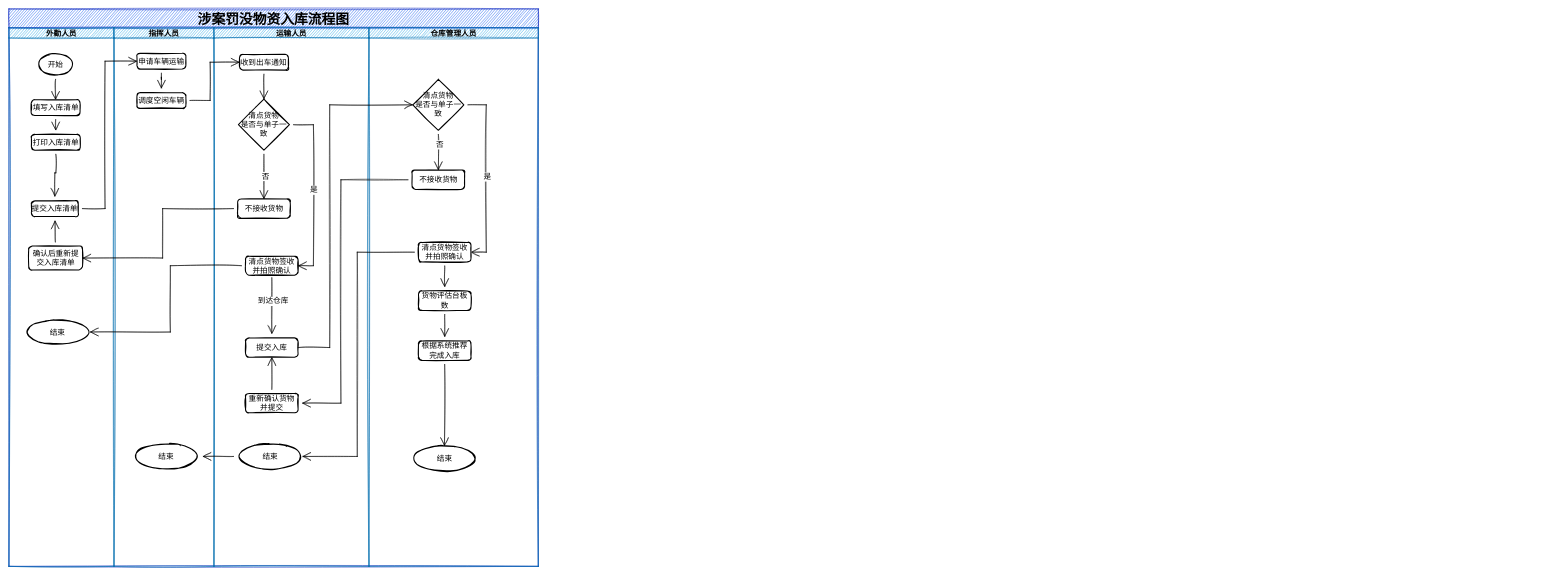
Earlier version of the draw.io diagram page "涉案罚没物资核心业务流程图" (4 of 5) of 仓库管理.drawio (chensiyu123456/drawio-files). Source tidied: cells renumbered, new cells numbered last; positions are measured from the earlier drawing's top-left corner, leaving out a move shared by most shapes. Both pictures are drawn from the tidied source at 51%, with x=0, y=0 at pixel (9, 9).
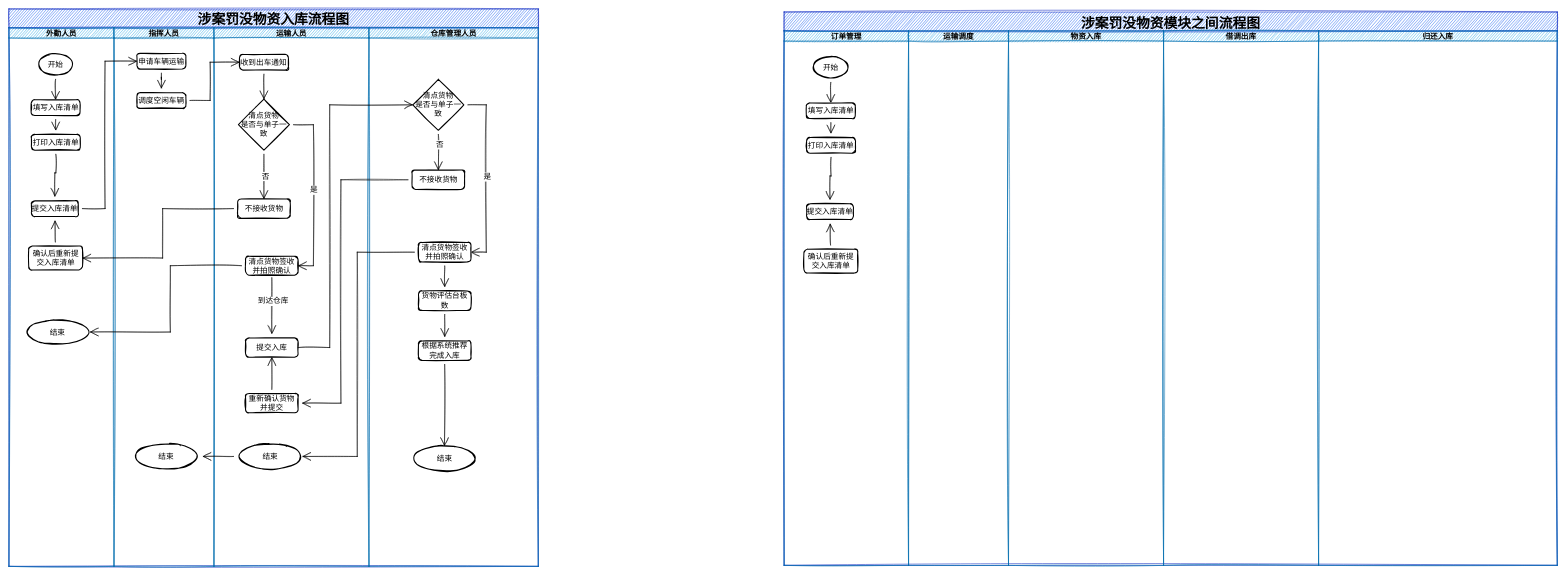
Above is the later version.

The edit, as a diff of the source:
```diff
@@
+    <mxCell id="58" value="涉案罚没物资模块之间流程图" style="swimlane;startSize=37;sketch=1;hachureGap=4;fontFamily=Architects Daughter;fontSize=27;fillColor=#0050ef;strokeColor=#001DBC;fontColor=#000000;" parent="1" vertex="1">
+      <mxGeometry x="1520" y="6" width="1516" height="1085" as="geometry" />
+    </mxCell>
+    <mxCell id="59" value="订单管理" style="swimlane;startSize=20;sketch=1;hachureGap=4;fontFamily=Architects Daughter;fontSize=15;fontColor=#000000;fillColor=#1ba1e2;strokeColor=#006EAF;" parent="58" vertex="1">
+      <mxGeometry y="37" width="244" height="1048" as="geometry" />
+    </mxCell>
+    <mxCell id="60" style="edgeStyle=none;rounded=0;sketch=1;hachureGap=4;jumpStyle=arc;jumpSize=9;jettySize=auto;html=1;labelBackgroundColor=none;fontFamily=Architects Daughter;fontSize=15;fontColor=#000000;startArrow=none;startFill=0;endArrow=open;endFill=0;startSize=14;endSize=14;sourcePerimeterSpacing=8;targetPerimeterSpacing=8;" parent="59" edge="1" source="62">
+      <mxGeometry relative="1" as="geometry">
+        <mxPoint x="91.5" y="101" as="targetPoint" />
+      </mxGeometry>
+    </mxCell>
+    <mxCell id="61" style="edgeStyle=none;rounded=0;sketch=1;hachureGap=4;jumpStyle=arc;jumpSize=9;jettySize=auto;html=1;entryX=0.5;entryY=0;entryDx=0;entryDy=0;labelBackgroundColor=none;fontFamily=Architects Daughter;fontSize=15;fontColor=#000000;startArrow=none;startFill=0;endArrow=open;endFill=0;startSize=14;endSize=14;sourcePerimeterSpacing=8;targetPerimeterSpacing=8;" parent="59" edge="1" source="62" target="64">
+      <mxGeometry relative="1" as="geometry" />
+    </mxCell>
+    <mxCell id="62" value="开始" style="strokeWidth=2;html=1;shape=mxgraph.flowchart.start_2;whiteSpace=wrap;sketch=1;hachureGap=4;fontFamily=Architects Daughter;fontSize=15;fontColor=#000000;" parent="59" vertex="1">
+      <mxGeometry x="56" y="50" width="71" height="43" as="geometry" />
+    </mxCell>
+    <mxCell id="63" style="edgeStyle=none;rounded=0;sketch=1;hachureGap=4;jumpStyle=arc;jumpSize=9;jettySize=auto;html=1;labelBackgroundColor=none;fontFamily=Architects Daughter;fontSize=15;fontColor=#000000;startArrow=none;startFill=0;endArrow=open;endFill=0;startSize=14;endSize=14;sourcePerimeterSpacing=8;targetPerimeterSpacing=8;" parent="59" edge="1" source="64" target="66">
+      <mxGeometry relative="1" as="geometry" />
+    </mxCell>
+    <mxCell id="64" value="填写入库清单" style="rounded=1;whiteSpace=wrap;html=1;absoluteArcSize=1;arcSize=14;strokeWidth=2;sketch=1;hachureGap=4;fontFamily=Architects Daughter;fontSize=15;fontColor=#000000;" parent="59" vertex="1">
+      <mxGeometry x="43.5" y="141" width="96" height="31" as="geometry" />
+    </mxCell>
+    <mxCell id="65" style="edgeStyle=orthogonalEdgeStyle;rounded=0;sketch=1;hachureGap=4;jumpStyle=arc;jumpSize=9;jettySize=auto;html=1;labelBackgroundColor=none;fontFamily=Architects Daughter;fontSize=15;fontColor=#000000;startArrow=none;startFill=0;endArrow=open;endFill=0;startSize=14;endSize=14;sourcePerimeterSpacing=8;targetPerimeterSpacing=8;" parent="59" edge="1" source="66" target="67">
+      <mxGeometry relative="1" as="geometry" />
+    </mxCell>
+    <mxCell id="66" value="打印入库清单" style="rounded=1;whiteSpace=wrap;html=1;absoluteArcSize=1;arcSize=14;strokeWidth=2;sketch=1;hachureGap=4;fontFamily=Architects Daughter;fontSize=15;fontColor=#000000;" parent="59" vertex="1">
+      <mxGeometry x="44" y="209" width="96" height="31" as="geometry" />
+    </mxCell>
+    <mxCell id="67" value="提交入库清单" style="rounded=1;whiteSpace=wrap;html=1;absoluteArcSize=1;arcSize=14;strokeWidth=2;sketch=1;hachureGap=4;fontFamily=Architects Daughter;fontSize=15;fontColor=#000000;" parent="59" vertex="1">
+      <mxGeometry x="44" y="339" width="92" height="31" as="geometry" />
+    </mxCell>
+    <mxCell id="68" style="rounded=0;sketch=1;hachureGap=4;jumpStyle=arc;jumpSize=9;jettySize=auto;html=1;labelBackgroundColor=none;fontFamily=Architects Daughter;fontSize=15;fontColor=#000000;startArrow=none;startFill=0;endArrow=open;endFill=0;startSize=14;endSize=14;sourcePerimeterSpacing=8;targetPerimeterSpacing=8;" parent="59" edge="1" source="69" target="67">
+      <mxGeometry relative="1" as="geometry" />
+    </mxCell>
+    <mxCell id="69" value="确认后重新提交入库清单" style="rounded=1;whiteSpace=wrap;html=1;absoluteArcSize=1;arcSize=14;strokeWidth=2;sketch=1;hachureGap=4;fontFamily=Architects Daughter;fontSize=15;fontColor=#000000;" parent="59" vertex="1">
+      <mxGeometry x="38.8" y="428" width="105.5" height="47" as="geometry" />
+    </mxCell>
+    <mxCell id="70" value="运输调度" style="swimlane;startSize=20;sketch=1;hachureGap=4;fontFamily=Architects Daughter;fontSize=15;fontColor=#000000;fillColor=#1ba1e2;strokeColor=#006EAF;" parent="58" vertex="1">
+      <mxGeometry x="244" y="37" width="196" height="1048" as="geometry" />
+    </mxCell>
+    <mxCell id="71" value="物资入库" style="swimlane;startSize=20;sketch=1;hachureGap=4;fontFamily=Architects Daughter;fontSize=15;fontColor=#000000;fillColor=#1ba1e2;strokeColor=#006EAF;" parent="58" vertex="1">
+      <mxGeometry x="440" y="37" width="304" height="1048" as="geometry" />
+    </mxCell>
+    <mxCell id="72" value="借调出库" style="swimlane;startSize=20;sketch=1;hachureGap=4;fontFamily=Architects Daughter;fontSize=15;fontColor=#000000;fillColor=#1ba1e2;strokeColor=#006EAF;" parent="58" vertex="1">
+      <mxGeometry x="744" y="37" width="304" height="1048" as="geometry" />
+    </mxCell>
+    <mxCell id="73" value="归还入库" style="swimlane;startSize=20;sketch=1;hachureGap=4;fontFamily=Architects Daughter;fontSize=15;fontColor=#000000;fillColor=#1ba1e2;strokeColor=#006EAF;" parent="58" vertex="1">
+      <mxGeometry x="1048" y="37" width="468" height="1048" as="geometry" />
+    </mxCell>
```
